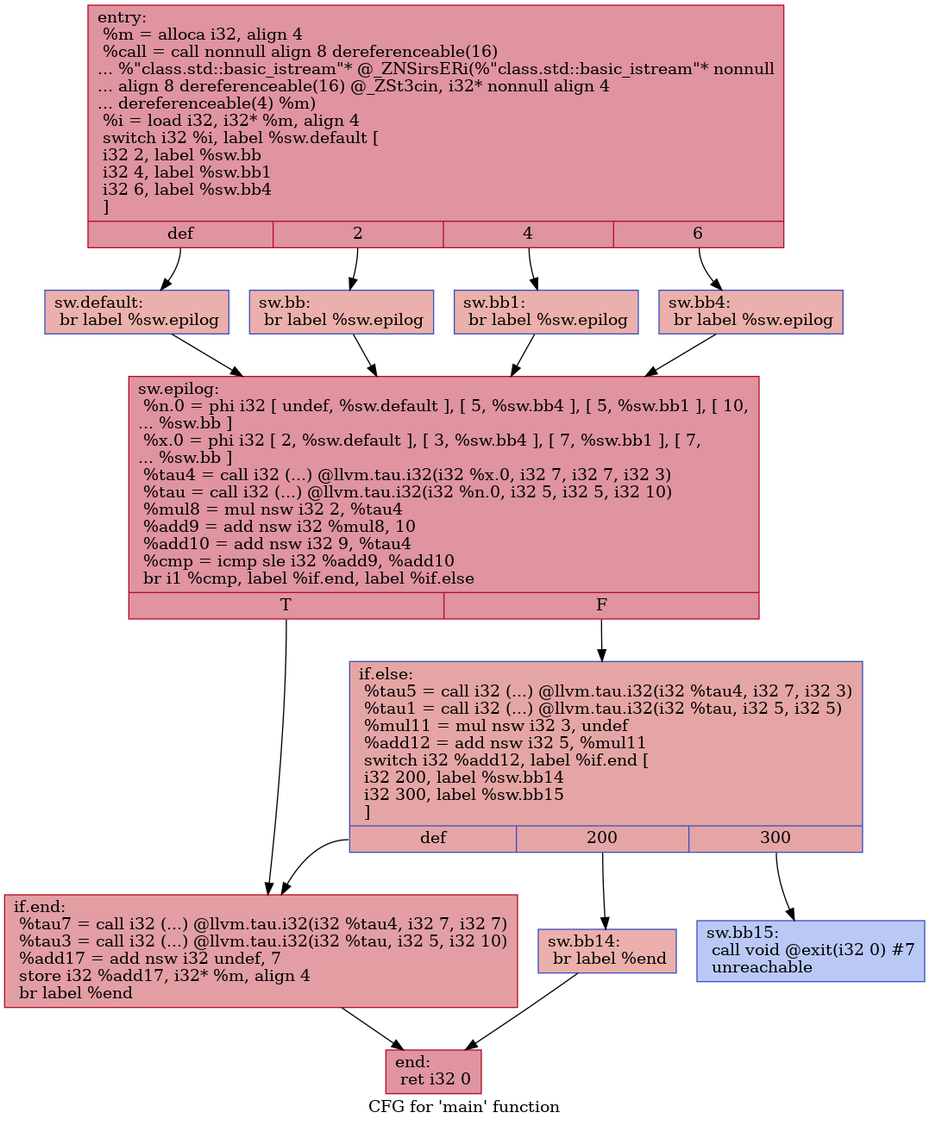
Earlier version of the Graphviz export IR/cfg/specSCCP_HPSSA.dot.png (HPSSA-LLVM/HPSSA-LLVM). Its source is kept beside it as IR/cfg/specSCCP_HPSSA.dot.
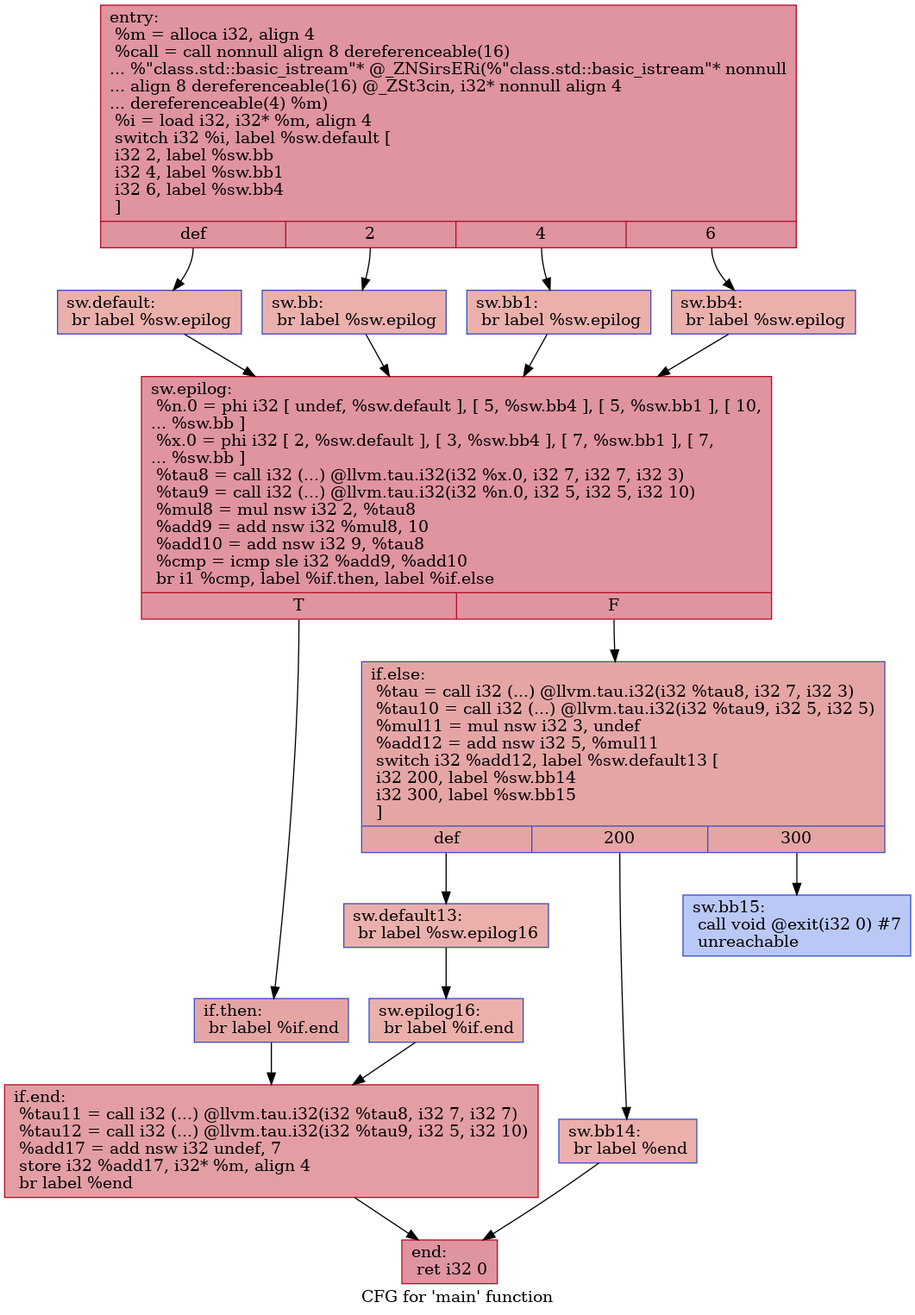
The same diagram one commit later.

Change to the diagram source:
```diff
@@ -1,30 +1,36 @@
 digraph "CFG for 'main' function" {
 	label="CFG for 'main' function";
 
-	Node0x55de2621d080 [shape=record,color="#b70d28ff", style=filled, fillcolor="#b70d2870",label="{entry:\l  %m = alloca i32, align 4\l  %call = call nonnull align 8 dereferenceable(16)\l... %\"class.std::basic_istream\"* @_ZNSirsERi(%\"class.std::basic_istream\"* nonnull\l... align 8 dereferenceable(16) @_ZSt3cin, i32* nonnull align 4\l... dereferenceable(4) %m)\l  %i = load i32, i32* %m, align 4\l  switch i32 %i, label %sw.default [\l    i32 2, label %sw.bb\l    i32 4, label %sw.bb1\l    i32 6, label %sw.bb4\l  ]\l|{<s0>def|<s1>2|<s2>4|<s3>6}}"];
-	Node0x55de2621d080:s0 -> Node0x55de2621d4c0;
-	Node0x55de2621d080:s1 -> Node0x55de2621d5d0;
-	Node0x55de2621d080:s2 -> Node0x55de2621d6d0;
-	Node0x55de2621d080:s3 -> Node0x55de2621d7d0;
-	Node0x55de2621d5d0 [shape=record,color="#3d50c3ff", style=filled, fillcolor="#d24b4070",label="{sw.bb:                                            \l  br label %sw.epilog\l}"];
-	Node0x55de2621d5d0 -> Node0x55de2621d8f0;
-	Node0x55de2621d6d0 [shape=record,color="#3d50c3ff", style=filled, fillcolor="#d24b4070",label="{sw.bb1:                                           \l  br label %sw.epilog\l}"];
-	Node0x55de2621d6d0 -> Node0x55de2621d8f0;
-	Node0x55de2621d7d0 [shape=record,color="#3d50c3ff", style=filled, fillcolor="#d24b4070",label="{sw.bb4:                                           \l  br label %sw.epilog\l}"];
-	Node0x55de2621d7d0 -> Node0x55de2621d8f0;
-	Node0x55de2621d4c0 [shape=record,color="#3d50c3ff", style=filled, fillcolor="#d24b4070",label="{sw.default:                                       \l  br label %sw.epilog\l}"];
-	Node0x55de2621d4c0 -> Node0x55de2621d8f0;
-	Node0x55de2621d8f0 [shape=record,color="#b70d28ff", style=filled, fillcolor="#b70d2870",label="{sw.epilog:                                        \l  %n.0 = phi i32 [ undef, %sw.default ], [ 5, %sw.bb4 ], [ 5, %sw.bb1 ], [ 10,\l... %sw.bb ]\l  %x.0 = phi i32 [ 2, %sw.default ], [ 3, %sw.bb4 ], [ 7, %sw.bb1 ], [ 7,\l... %sw.bb ]\l  %tau4 = call i32 (...) @llvm.tau.i32(i32 %x.0, i32 7, i32 7, i32 3)\l  %tau = call i32 (...) @llvm.tau.i32(i32 %n.0, i32 5, i32 5, i32 10)\l  %mul8 = mul nsw i32 2, %tau4\l  %add9 = add nsw i32 %mul8, 10\l  %add10 = add nsw i32 9, %tau4\l  %cmp = icmp sle i32 %add9, %add10\l  br i1 %cmp, label %if.end, label %if.else\l|{<s0>T|<s1>F}}"];
-	Node0x55de2621d8f0:s0 -> Node0x55de2621ea90;
-	Node0x55de2621d8f0:s1 -> Node0x55de2621eb00;
-	Node0x55de2621eb00 [shape=record,color="#3d50c3ff", style=filled, fillcolor="#c5333470",label="{if.else:                                          \l  %tau5 = call i32 (...) @llvm.tau.i32(i32 %tau4, i32 7, i32 3)\l  %tau1 = call i32 (...) @llvm.tau.i32(i32 %tau, i32 5, i32 5)\l  %mul11 = mul nsw i32 3, undef\l  %add12 = add nsw i32 5, %mul11\l  switch i32 %add12, label %if.end [\l    i32 200, label %sw.bb14\l    i32 300, label %sw.bb15\l  ]\l|{<s0>def|<s1>200|<s2>300}}"];
-	Node0x55de2621eb00:s0 -> Node0x55de2621ea90;
-	Node0x55de2621eb00:s1 -> Node0x55de2621ee90;
-	Node0x55de2621eb00:s2 -> Node0x55de2621ef30;
-	Node0x55de2621ee90 [shape=record,color="#3d50c3ff", style=filled, fillcolor="#d24b4070",label="{sw.bb14:                                          \l  br label %end\l}"];
-	Node0x55de2621ee90 -> Node0x55de2621f3e0;
-	Node0x55de2621ef30 [shape=record,color="#3d50c3ff", style=filled, fillcolor="#6282ea70",label="{sw.bb15:                                          \l  call void @exit(i32 0) #7\l  unreachable\l}"];
-	Node0x55de2621ea90 [shape=record,color="#b70d28ff", style=filled, fillcolor="#be242e70",label="{if.end:                                           \l  %tau7 = call i32 (...) @llvm.tau.i32(i32 %tau4, i32 7, i32 7)\l  %tau3 = call i32 (...) @llvm.tau.i32(i32 %tau, i32 5, i32 10)\l  %add17 = add nsw i32 undef, 7\l  store i32 %add17, i32* %m, align 4\l  br label %end\l}"];
-	Node0x55de2621ea90 -> Node0x55de2621f3e0;
-	Node0x55de2621f3e0 [shape=record,color="#b70d28ff", style=filled, fillcolor="#b70d2870",label="{end:                                              \l  ret i32 0\l}"];
+	Node0x55d610033180 [shape=record,color="#b70d28ff", style=filled, fillcolor="#b70d2870",label="{entry:\l  %m = alloca i32, align 4\l  %call = call nonnull align 8 dereferenceable(16)\l... %\"class.std::basic_istream\"* @_ZNSirsERi(%\"class.std::basic_istream\"* nonnull\l... align 8 dereferenceable(16) @_ZSt3cin, i32* nonnull align 4\l... dereferenceable(4) %m)\l  %i = load i32, i32* %m, align 4\l  switch i32 %i, label %sw.default [\l    i32 2, label %sw.bb\l    i32 4, label %sw.bb1\l    i32 6, label %sw.bb4\l  ]\l|{<s0>def|<s1>2|<s2>4|<s3>6}}"];
+	Node0x55d610033180:s0 -> Node0x55d6100335c0;
+	Node0x55d610033180:s1 -> Node0x55d6100336d0;
+	Node0x55d610033180:s2 -> Node0x55d6100337d0;
+	Node0x55d610033180:s3 -> Node0x55d6100338d0;
+	Node0x55d6100336d0 [shape=record,color="#3d50c3ff", style=filled, fillcolor="#d24b4070",label="{sw.bb:                                            \l  br label %sw.epilog\l}"];
+	Node0x55d6100336d0 -> Node0x55d6100339f0;
+	Node0x55d6100337d0 [shape=record,color="#3d50c3ff", style=filled, fillcolor="#d24b4070",label="{sw.bb1:                                           \l  br label %sw.epilog\l}"];
+	Node0x55d6100337d0 -> Node0x55d6100339f0;
+	Node0x55d6100338d0 [shape=record,color="#3d50c3ff", style=filled, fillcolor="#d24b4070",label="{sw.bb4:                                           \l  br label %sw.epilog\l}"];
+	Node0x55d6100338d0 -> Node0x55d6100339f0;
+	Node0x55d6100335c0 [shape=record,color="#3d50c3ff", style=filled, fillcolor="#d24b4070",label="{sw.default:                                       \l  br label %sw.epilog\l}"];
+	Node0x55d6100335c0 -> Node0x55d6100339f0;
+	Node0x55d6100339f0 [shape=record,color="#b70d28ff", style=filled, fillcolor="#b70d2870",label="{sw.epilog:                                        \l  %n.0 = phi i32 [ undef, %sw.default ], [ 5, %sw.bb4 ], [ 5, %sw.bb1 ], [ 10,\l... %sw.bb ]\l  %x.0 = phi i32 [ 2, %sw.default ], [ 3, %sw.bb4 ], [ 7, %sw.bb1 ], [ 7,\l... %sw.bb ]\l  %tau8 = call i32 (...) @llvm.tau.i32(i32 %x.0, i32 7, i32 7, i32 3)\l  %tau9 = call i32 (...) @llvm.tau.i32(i32 %n.0, i32 5, i32 5, i32 10)\l  %mul8 = mul nsw i32 2, %tau8\l  %add9 = add nsw i32 %mul8, 10\l  %add10 = add nsw i32 9, %tau8\l  %cmp = icmp sle i32 %add9, %add10\l  br i1 %cmp, label %if.then, label %if.else\l|{<s0>T|<s1>F}}"];
+	Node0x55d6100339f0:s0 -> Node0x55d610034b90;
+	Node0x55d6100339f0:s1 -> Node0x55d610034c00;
+	Node0x55d610034b90 [shape=record,color="#3d50c3ff", style=filled, fillcolor="#c5333470",label="{if.then:                                          \l  br label %if.end\l}"];
+	Node0x55d610034b90 -> Node0x55d610034d20;
+	Node0x55d610034c00 [shape=record,color="#3d50c3ff", style=filled, fillcolor="#c5333470",label="{if.else:                                          \l  %tau = call i32 (...) @llvm.tau.i32(i32 %tau8, i32 7, i32 3)\l  %tau10 = call i32 (...) @llvm.tau.i32(i32 %tau9, i32 5, i32 5)\l  %mul11 = mul nsw i32 3, undef\l  %add12 = add nsw i32 5, %mul11\l  switch i32 %add12, label %sw.default13 [\l    i32 200, label %sw.bb14\l    i32 300, label %sw.bb15\l  ]\l|{<s0>def|<s1>200|<s2>300}}"];
+	Node0x55d610034c00:s0 -> Node0x55d610035040;
+	Node0x55d610034c00:s1 -> Node0x55d610035410;
+	Node0x55d610034c00:s2 -> Node0x55d6100354b0;
+	Node0x55d610035040 [shape=record,color="#3d50c3ff", style=filled, fillcolor="#d24b4070",label="{sw.default13:                                     \l  br label %sw.epilog16\l}"];
+	Node0x55d610035040 -> Node0x55d6100356a0;
+	Node0x55d610035410 [shape=record,color="#3d50c3ff", style=filled, fillcolor="#d24b4070",label="{sw.bb14:                                          \l  br label %end\l}"];
+	Node0x55d610035410 -> Node0x55d610035790;
+	Node0x55d6100354b0 [shape=record,color="#3d50c3ff", style=filled, fillcolor="#6282ea70",label="{sw.bb15:                                          \l  call void @exit(i32 0) #7\l  unreachable\l}"];
+	Node0x55d6100356a0 [shape=record,color="#3d50c3ff", style=filled, fillcolor="#d24b4070",label="{sw.epilog16:                                      \l  br label %if.end\l}"];
+	Node0x55d6100356a0 -> Node0x55d610034d20;
+	Node0x55d610034d20 [shape=record,color="#b70d28ff", style=filled, fillcolor="#be242e70",label="{if.end:                                           \l  %tau11 = call i32 (...) @llvm.tau.i32(i32 %tau8, i32 7, i32 7)\l  %tau12 = call i32 (...) @llvm.tau.i32(i32 %tau9, i32 5, i32 10)\l  %add17 = add nsw i32 undef, 7\l  store i32 %add17, i32* %m, align 4\l  br label %end\l}"];
+	Node0x55d610034d20 -> Node0x55d610035790;
+	Node0x55d610035790 [shape=record,color="#b70d28ff", style=filled, fillcolor="#b70d2870",label="{end:                                              \l  ret i32 0\l}"];
 }
```
